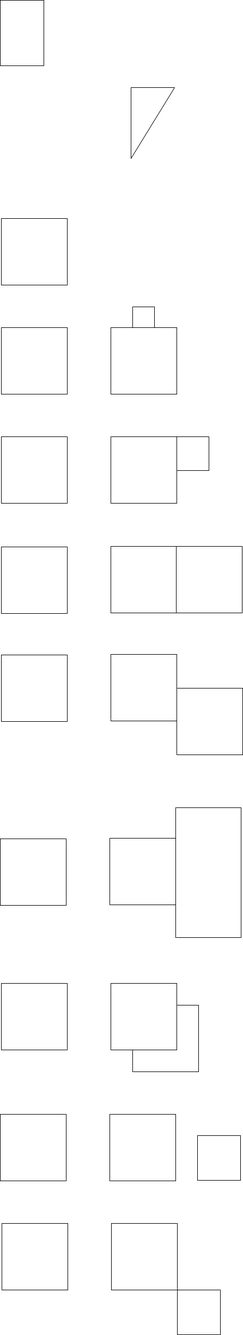
rakshajp/arco-test keeps this draw.io diagram as tests.drawio.png. Above is the earlier version. Source tidied: cells renumbered, new cells last; positions are measured from the earlier drawing's top-left corner, leaving out a move shared by most shapes. Source of this version:
```xml
<mxGraphModel>
  <root>
    <mxCell id="0" />
    <mxCell id="1" parent="0" />
    <mxCell id="2" style="verticalLabelPosition=bottom;verticalAlign=top;html=1;shape=mxgraph.basic.rect;fillColor2=none;strokeWidth=1;size=20;indent=5;" parent="1" vertex="1">
      <mxGeometry x="2" y="400" width="121" height="122" as="geometry" />
    </mxCell>
    <mxCell id="3" style="verticalLabelPosition=bottom;verticalAlign=top;html=1;shape=mxgraph.basic.rect;fillColor2=none;strokeWidth=1;size=20;indent=5;" parent="1" vertex="1">
      <mxGeometry x="2" y="600" width="121" height="122" as="geometry" />
    </mxCell>
    <mxCell id="4" style="verticalLabelPosition=bottom;verticalAlign=top;html=1;shape=mxgraph.basic.rect;fillColor2=none;strokeWidth=1;size=20;indent=5;" parent="1" vertex="1">
      <mxGeometry x="203" y="600" width="121" height="122" as="geometry" />
    </mxCell>
    <mxCell id="5" style="verticalLabelPosition=bottom;verticalAlign=top;html=1;shape=mxgraph.basic.rect;fillColor2=none;strokeWidth=1;size=20;indent=5;" parent="1" vertex="1">
      <mxGeometry x="243" y="562" width="40" height="38" as="geometry" />
    </mxCell>
    <mxCell id="6" style="verticalLabelPosition=bottom;verticalAlign=top;html=1;shape=mxgraph.basic.rect;fillColor2=none;strokeWidth=1;size=20;indent=5;" parent="1" vertex="1">
      <mxGeometry x="2" y="800" width="121" height="122" as="geometry" />
    </mxCell>
    <mxCell id="7" style="verticalLabelPosition=bottom;verticalAlign=top;html=1;shape=mxgraph.basic.rect;fillColor2=none;strokeWidth=1;size=20;indent=5;" parent="1" vertex="1">
      <mxGeometry x="203" y="800" width="121" height="122" as="geometry" />
    </mxCell>
    <mxCell id="8" style="verticalLabelPosition=bottom;verticalAlign=top;html=1;shape=mxgraph.basic.rect;fillColor2=none;strokeWidth=1;size=20;indent=5;" parent="1" vertex="1">
      <mxGeometry x="324" y="800" width="59" height="62" as="geometry" />
    </mxCell>
    <mxCell id="9" style="verticalLabelPosition=bottom;verticalAlign=top;html=1;shape=mxgraph.basic.rect;fillColor2=none;strokeWidth=1;size=20;indent=5;" parent="1" vertex="1">
      <mxGeometry x="2" y="1002" width="121" height="122" as="geometry" />
    </mxCell>
    <mxCell id="10" style="verticalLabelPosition=bottom;verticalAlign=top;html=1;shape=mxgraph.basic.rect;fillColor2=none;strokeWidth=1;size=20;indent=5;" parent="1" vertex="1">
      <mxGeometry x="203" y="1001" width="121" height="122" as="geometry" />
    </mxCell>
    <mxCell id="11" style="verticalLabelPosition=bottom;verticalAlign=top;html=1;shape=mxgraph.basic.rect;fillColor2=none;strokeWidth=1;size=20;indent=5;" parent="1" vertex="1">
      <mxGeometry x="323" y="1001" width="121" height="122" as="geometry" />
    </mxCell>
    <mxCell id="12" style="verticalLabelPosition=bottom;verticalAlign=top;html=1;shape=mxgraph.basic.rect;fillColor2=none;strokeWidth=1;size=20;indent=5;" parent="1" vertex="1">
      <mxGeometry x="2" y="1200" width="121" height="122" as="geometry" />
    </mxCell>
    <mxCell id="13" style="verticalLabelPosition=bottom;verticalAlign=top;html=1;shape=mxgraph.basic.rect;fillColor2=none;strokeWidth=1;size=20;indent=5;" parent="1" vertex="1">
      <mxGeometry x="203" y="1199" width="121" height="122" as="geometry" />
    </mxCell>
    <mxCell id="14" style="verticalLabelPosition=bottom;verticalAlign=top;html=1;shape=mxgraph.basic.rect;fillColor2=none;strokeWidth=1;size=20;indent=5;" parent="1" vertex="1">
      <mxGeometry x="324" y="1261" width="121" height="122" as="geometry" />
    </mxCell>
    <mxCell id="15" style="verticalLabelPosition=bottom;verticalAlign=top;html=1;shape=mxgraph.basic.rect;fillColor2=none;strokeWidth=1;size=20;indent=5;" parent="1" vertex="1">
      <mxGeometry y="1537" width="121" height="122" as="geometry" />
    </mxCell>
    <mxCell id="16" style="verticalLabelPosition=bottom;verticalAlign=top;html=1;shape=mxgraph.basic.rect;fillColor2=none;strokeWidth=1;size=20;indent=5;" parent="1" vertex="1">
      <mxGeometry x="201" y="1536" width="121" height="122" as="geometry" />
    </mxCell>
    <mxCell id="17" style="verticalLabelPosition=bottom;verticalAlign=top;html=1;shape=mxgraph.basic.rect;fillColor2=none;strokeWidth=1;size=20;indent=5;" parent="1" vertex="1">
      <mxGeometry x="322" y="1480" width="120" height="238" as="geometry" />
    </mxCell>
    <mxCell id="18" style="verticalLabelPosition=bottom;verticalAlign=top;html=1;shape=mxgraph.basic.rect;fillColor2=none;strokeWidth=1;size=20;indent=5;" parent="1" vertex="1">
      <mxGeometry x="2" y="1802" width="121" height="122" as="geometry" />
    </mxCell>
    <mxCell id="19" style="verticalLabelPosition=bottom;verticalAlign=top;html=1;shape=mxgraph.basic.rect;fillColor2=none;strokeWidth=1;size=20;indent=5;" parent="1" vertex="1">
      <mxGeometry x="243" y="1842" width="121" height="122" as="geometry" />
    </mxCell>
    <mxCell id="20" style="verticalLabelPosition=bottom;verticalAlign=top;html=1;shape=mxgraph.basic.rect;fillColor2=none;strokeWidth=1;size=20;indent=5;" parent="1" vertex="1">
      <mxGeometry x="203" y="1802" width="121" height="122" as="geometry" />
    </mxCell>
    <mxCell id="21" style="verticalLabelPosition=bottom;verticalAlign=top;html=1;shape=mxgraph.basic.rect;fillColor2=none;strokeWidth=1;size=20;indent=5;" parent="1" vertex="1">
      <mxGeometry y="2042" width="121" height="122" as="geometry" />
    </mxCell>
    <mxCell id="22" style="verticalLabelPosition=bottom;verticalAlign=top;html=1;shape=mxgraph.basic.rect;fillColor2=none;strokeWidth=1;size=20;indent=5;" parent="1" vertex="1">
      <mxGeometry x="201" y="2042" width="121" height="122" as="geometry" />
    </mxCell>
    <mxCell id="23" style="verticalLabelPosition=bottom;verticalAlign=top;html=1;shape=mxgraph.basic.rect;fillColor2=none;strokeWidth=1;size=20;indent=5;" parent="1" vertex="1">
      <mxGeometry x="362" y="2081" width="79" height="82" as="geometry" />
    </mxCell>
    <mxCell id="24" style="verticalLabelPosition=bottom;verticalAlign=top;html=1;shape=mxgraph.basic.rect;fillColor2=none;strokeWidth=1;size=20;indent=5;" parent="1" vertex="1">
      <mxGeometry x="3" y="2242" width="121" height="122" as="geometry" />
    </mxCell>
    <mxCell id="25" style="verticalLabelPosition=bottom;verticalAlign=top;html=1;shape=mxgraph.basic.rect;fillColor2=none;strokeWidth=1;size=20;indent=5;" parent="1" vertex="1">
      <mxGeometry x="204" y="2242" width="121" height="122" as="geometry" />
    </mxCell>
    <mxCell id="26" style="verticalLabelPosition=bottom;verticalAlign=top;html=1;shape=mxgraph.basic.rect;fillColor2=none;strokeWidth=1;size=20;indent=5;" parent="1" vertex="1">
      <mxGeometry x="325" y="2364" width="79" height="82" as="geometry" />
    </mxCell>
    <mxCell id="27" style="verticalLabelPosition=bottom;verticalAlign=top;html=1;shape=mxgraph.basic.rect;fillColor2=none;strokeWidth=1;size=20;indent=5;" parent="1" vertex="1">
      <mxGeometry width="80" height="120" as="geometry" />
    </mxCell>
    <mxCell id="28" style="verticalLabelPosition=bottom;verticalAlign=top;html=1;shape=mxgraph.basic.orthogonal_triangle;rotation=90;" parent="1" vertex="1">
      <mxGeometry x="215" y="185" width="130" height="80" as="geometry" />
    </mxCell>
  </root>
</mxGraphModel>
```
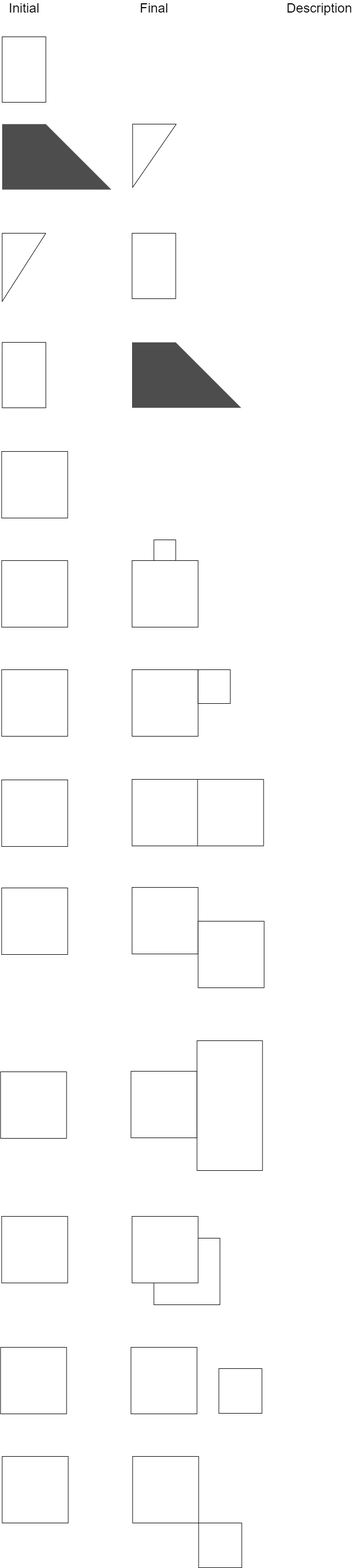
After the commit.

What changed in the source:
```diff
@@ -3,10 +3,10 @@
     <mxCell id="0" />
     <mxCell id="1" parent="0" />
     <mxCell id="2" style="verticalLabelPosition=bottom;verticalAlign=top;html=1;shape=mxgraph.basic.rect;fillColor2=none;strokeWidth=1;size=20;indent=5;" parent="1" vertex="1">
-      <mxGeometry x="2" y="400" width="121" height="122" as="geometry" />
+      <mxGeometry x="-36" y="400" width="121" height="122" as="geometry" />
     </mxCell>
     <mxCell id="3" style="verticalLabelPosition=bottom;verticalAlign=top;html=1;shape=mxgraph.basic.rect;fillColor2=none;strokeWidth=1;size=20;indent=5;" parent="1" vertex="1">
-      <mxGeometry x="2" y="600" width="121" height="122" as="geometry" />
+      <mxGeometry x="-36" y="600" width="121" height="122" as="geometry" />
     </mxCell>
     <mxCell id="4" style="verticalLabelPosition=bottom;verticalAlign=top;html=1;shape=mxgraph.basic.rect;fillColor2=none;strokeWidth=1;size=20;indent=5;" parent="1" vertex="1">
       <mxGeometry x="203" y="600" width="121" height="122" as="geometry" />
@@ -15,7 +15,7 @@
       <mxGeometry x="243" y="562" width="40" height="38" as="geometry" />
     </mxCell>
     <mxCell id="6" style="verticalLabelPosition=bottom;verticalAlign=top;html=1;shape=mxgraph.basic.rect;fillColor2=none;strokeWidth=1;size=20;indent=5;" parent="1" vertex="1">
-      <mxGeometry x="2" y="800" width="121" height="122" as="geometry" />
+      <mxGeometry x="-36" y="800" width="121" height="122" as="geometry" />
     </mxCell>
     <mxCell id="7" style="verticalLabelPosition=bottom;verticalAlign=top;html=1;shape=mxgraph.basic.rect;fillColor2=none;strokeWidth=1;size=20;indent=5;" parent="1" vertex="1">
       <mxGeometry x="203" y="800" width="121" height="122" as="geometry" />
@@ -24,7 +24,7 @@
       <mxGeometry x="324" y="800" width="59" height="62" as="geometry" />
     </mxCell>
     <mxCell id="9" style="verticalLabelPosition=bottom;verticalAlign=top;html=1;shape=mxgraph.basic.rect;fillColor2=none;strokeWidth=1;size=20;indent=5;" parent="1" vertex="1">
-      <mxGeometry x="2" y="1002" width="121" height="122" as="geometry" />
+      <mxGeometry x="-36" y="1002" width="121" height="122" as="geometry" />
     </mxCell>
     <mxCell id="10" style="verticalLabelPosition=bottom;verticalAlign=top;html=1;shape=mxgraph.basic.rect;fillColor2=none;strokeWidth=1;size=20;indent=5;" parent="1" vertex="1">
       <mxGeometry x="203" y="1001" width="121" height="122" as="geometry" />
@@ -33,7 +33,7 @@
       <mxGeometry x="323" y="1001" width="121" height="122" as="geometry" />
     </mxCell>
     <mxCell id="12" style="verticalLabelPosition=bottom;verticalAlign=top;html=1;shape=mxgraph.basic.rect;fillColor2=none;strokeWidth=1;size=20;indent=5;" parent="1" vertex="1">
-      <mxGeometry x="2" y="1200" width="121" height="122" as="geometry" />
+      <mxGeometry x="-36" y="1200" width="121" height="122" as="geometry" />
     </mxCell>
     <mxCell id="13" style="verticalLabelPosition=bottom;verticalAlign=top;html=1;shape=mxgraph.basic.rect;fillColor2=none;strokeWidth=1;size=20;indent=5;" parent="1" vertex="1">
       <mxGeometry x="203" y="1199" width="121" height="122" as="geometry" />
@@ -42,7 +42,7 @@
       <mxGeometry x="324" y="1261" width="121" height="122" as="geometry" />
     </mxCell>
     <mxCell id="15" style="verticalLabelPosition=bottom;verticalAlign=top;html=1;shape=mxgraph.basic.rect;fillColor2=none;strokeWidth=1;size=20;indent=5;" parent="1" vertex="1">
-      <mxGeometry y="1537" width="121" height="122" as="geometry" />
+      <mxGeometry x="-38" y="1537" width="121" height="122" as="geometry" />
     </mxCell>
     <mxCell id="16" style="verticalLabelPosition=bottom;verticalAlign=top;html=1;shape=mxgraph.basic.rect;fillColor2=none;strokeWidth=1;size=20;indent=5;" parent="1" vertex="1">
       <mxGeometry x="201" y="1536" width="121" height="122" as="geometry" />
@@ -51,7 +51,7 @@
       <mxGeometry x="322" y="1480" width="120" height="238" as="geometry" />
     </mxCell>
     <mxCell id="18" style="verticalLabelPosition=bottom;verticalAlign=top;html=1;shape=mxgraph.basic.rect;fillColor2=none;strokeWidth=1;size=20;indent=5;" parent="1" vertex="1">
-      <mxGeometry x="2" y="1802" width="121" height="122" as="geometry" />
+      <mxGeometry x="-36" y="1802" width="121" height="122" as="geometry" />
     </mxCell>
     <mxCell id="19" style="verticalLabelPosition=bottom;verticalAlign=top;html=1;shape=mxgraph.basic.rect;fillColor2=none;strokeWidth=1;size=20;indent=5;" parent="1" vertex="1">
       <mxGeometry x="243" y="1842" width="121" height="122" as="geometry" />
@@ -60,7 +60,7 @@
       <mxGeometry x="203" y="1802" width="121" height="122" as="geometry" />
     </mxCell>
     <mxCell id="21" style="verticalLabelPosition=bottom;verticalAlign=top;html=1;shape=mxgraph.basic.rect;fillColor2=none;strokeWidth=1;size=20;indent=5;" parent="1" vertex="1">
-      <mxGeometry y="2042" width="121" height="122" as="geometry" />
+      <mxGeometry x="-38" y="2042" width="121" height="122" as="geometry" />
     </mxCell>
     <mxCell id="22" style="verticalLabelPosition=bottom;verticalAlign=top;html=1;shape=mxgraph.basic.rect;fillColor2=none;strokeWidth=1;size=20;indent=5;" parent="1" vertex="1">
       <mxGeometry x="201" y="2042" width="121" height="122" as="geometry" />
@@ -69,7 +69,7 @@
       <mxGeometry x="362" y="2081" width="79" height="82" as="geometry" />
     </mxCell>
     <mxCell id="24" style="verticalLabelPosition=bottom;verticalAlign=top;html=1;shape=mxgraph.basic.rect;fillColor2=none;strokeWidth=1;size=20;indent=5;" parent="1" vertex="1">
-      <mxGeometry x="3" y="2242" width="121" height="122" as="geometry" />
+      <mxGeometry x="-35" y="2242" width="121" height="122" as="geometry" />
     </mxCell>
     <mxCell id="25" style="verticalLabelPosition=bottom;verticalAlign=top;html=1;shape=mxgraph.basic.rect;fillColor2=none;strokeWidth=1;size=20;indent=5;" parent="1" vertex="1">
       <mxGeometry x="204" y="2242" width="121" height="122" as="geometry" />
@@ -77,11 +77,47 @@
     <mxCell id="26" style="verticalLabelPosition=bottom;verticalAlign=top;html=1;shape=mxgraph.basic.rect;fillColor2=none;strokeWidth=1;size=20;indent=5;" parent="1" vertex="1">
       <mxGeometry x="325" y="2364" width="79" height="82" as="geometry" />
     </mxCell>
-    <mxCell id="27" style="verticalLabelPosition=bottom;verticalAlign=top;html=1;shape=mxgraph.basic.rect;fillColor2=none;strokeWidth=1;size=20;indent=5;" parent="1" vertex="1">
-      <mxGeometry width="80" height="120" as="geometry" />
-    </mxCell>
-    <mxCell id="28" style="verticalLabelPosition=bottom;verticalAlign=top;html=1;shape=mxgraph.basic.orthogonal_triangle;rotation=90;" parent="1" vertex="1">
-      <mxGeometry x="215" y="185" width="130" height="80" as="geometry" />
-    </mxCell>
+    <mxCell id="29" style="verticalLabelPosition=bottom;verticalAlign=top;html=1;shape=mxgraph.basic.rect;fillColor2=none;strokeWidth=1;size=20;indent=5;" parent="1" vertex="1">
+      <mxGeometry x="-35" y="-360" width="80" height="120" as="geometry" />
+    </mxCell>
+    <mxCell id="30" style="verticalLabelPosition=bottom;verticalAlign=top;html=1;shape=mxgraph.basic.orthogonal_triangle;rotation=90;" parent="1" vertex="1">
+      <mxGeometry x="186" y="-182" width="116" height="80" as="geometry" />
+    </mxCell>
+    <mxCell id="31" style="verticalLabelPosition=bottom;verticalAlign=top;html=1;shape=mxgraph.basic.orthogonal_triangle;rotation=90;" parent="1" vertex="1">
+      <mxGeometry x="-57.5" y="22.5" width="125" height="80" as="geometry" />
+    </mxCell>
+    <mxCell id="32" style="verticalLabelPosition=bottom;verticalAlign=top;html=1;shape=mxgraph.basic.rect;fillColor2=none;strokeWidth=1;size=20;indent=5;" parent="1" vertex="1">
+      <mxGeometry x="203" width="80" height="120" as="geometry" />
+    </mxCell>
+    <mxCell id="33" style="verticalLabelPosition=bottom;verticalAlign=top;html=1;shape=mxgraph.basic.rect;fillColor2=none;strokeWidth=1;size=20;indent=5;" parent="1" vertex="1">
+      <mxGeometry x="-35" y="200" width="80" height="120" as="geometry" />
+    </mxCell>
+    <mxCell id="34" style="group;" parent="1" vertex="1">
+      <mxGeometry x="-35" y="-200" width="200" height="120" as="geometry" />
+    </mxCell>
+    <mxCell id="35" style="verticalLabelPosition=bottom;verticalAlign=top;html=1;shape=mxgraph.basic.rect;fillColor2=none;strokeWidth=1;size=20;indent=5;fillColor=#4D4D4D;strokeColor=none;" parent="34" vertex="1">
+      <mxGeometry width="80" height="120" as="geometry" />
+    </mxCell>
+    <mxCell id="36" style="verticalLabelPosition=bottom;verticalAlign=top;html=1;shape=mxgraph.basic.orthogonal_triangle;rotation=0;fillColor=#4D4D4D;strokeColor=none;" parent="34" vertex="1">
+      <mxGeometry x="80" width="120" height="120" as="geometry" />
+    </mxCell>
+    <mxCell id="37" style="group;" parent="1" vertex="1">
+      <mxGeometry x="203" y="200" width="200" height="120" as="geometry" />
+    </mxCell>
+    <mxCell id="38" style="verticalLabelPosition=bottom;verticalAlign=top;html=1;shape=mxgraph.basic.rect;fillColor2=none;strokeWidth=1;size=20;indent=5;fillColor=#4D4D4D;strokeColor=none;" parent="37" vertex="1">
+      <mxGeometry width="80" height="120" as="geometry" />
+    </mxCell>
+    <mxCell id="39" style="verticalLabelPosition=bottom;verticalAlign=top;html=1;shape=mxgraph.basic.orthogonal_triangle;rotation=0;fillColor=#4D4D4D;strokeColor=none;" parent="37" vertex="1">
+      <mxGeometry x="80" width="120" height="120" as="geometry" />
+    </mxCell>
+    <mxCell id="40" value="&lt;font style=&quot;font-size: 24px;&quot;&gt;Initial&lt;/font&gt;" style="text;strokeColor=none;align=center;fillColor=none;html=1;verticalAlign=middle;whiteSpace=wrap;rounded=0;" parent="1" vertex="1">
+      <mxGeometry x="-25" y="-427" width="60" height="30" as="geometry" />
+    </mxCell>
+    <mxCell id="41" value="&lt;span style=&quot;font-size: 24px;&quot;&gt;Final&lt;/span&gt;" style="text;strokeColor=none;align=center;fillColor=none;html=1;verticalAlign=middle;whiteSpace=wrap;rounded=0;" parent="1" vertex="1">
+      <mxGeometry x="213" y="-427" width="60" height="30" as="geometry" />
+    </mxCell>
+    <mxCell id="42" value="&lt;span style=&quot;font-size: 24px;&quot;&gt;Description&lt;/span&gt;" style="text;strokeColor=none;align=center;fillColor=none;html=1;verticalAlign=middle;whiteSpace=wrap;rounded=0;" parent="1" vertex="1">
+      <mxGeometry x="516" y="-427" width="60" height="30" as="geometry" />
+    </mxCell>
   </root>
 </mxGraphModel>
```
